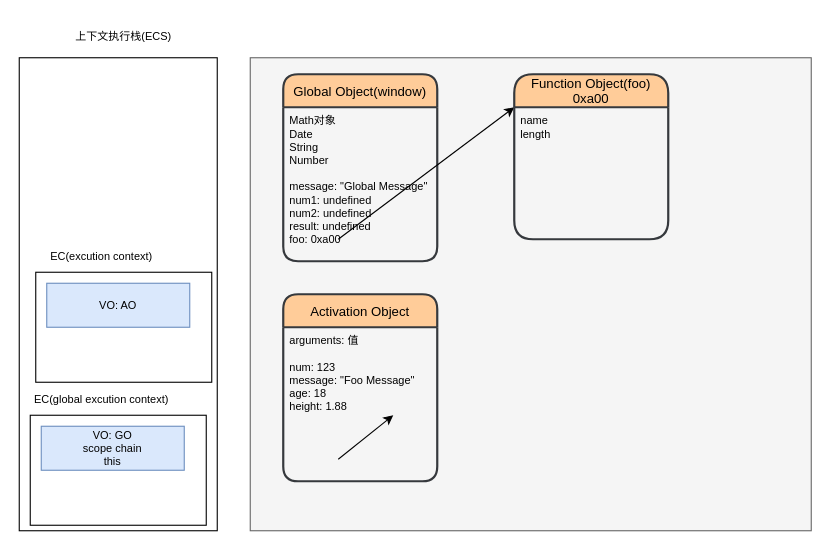
Above: page "foo第一次执行123" (1 of 2) of Learn_JavaScript_Advance/02_浏览器和JS的原理/draw/03_函数代码的多次执行.dio in AylaHuwangwl/Js-advanced (draw.io), before the change. Source tidied: cells renumbered, new cells numbered last; positions are measured from the earlier drawing's top-left corner, leaving out a move shared by most shapes. Both pictures are drawn from the tidied source at 110%, with x=0, y=0 at pixel (19, 19).
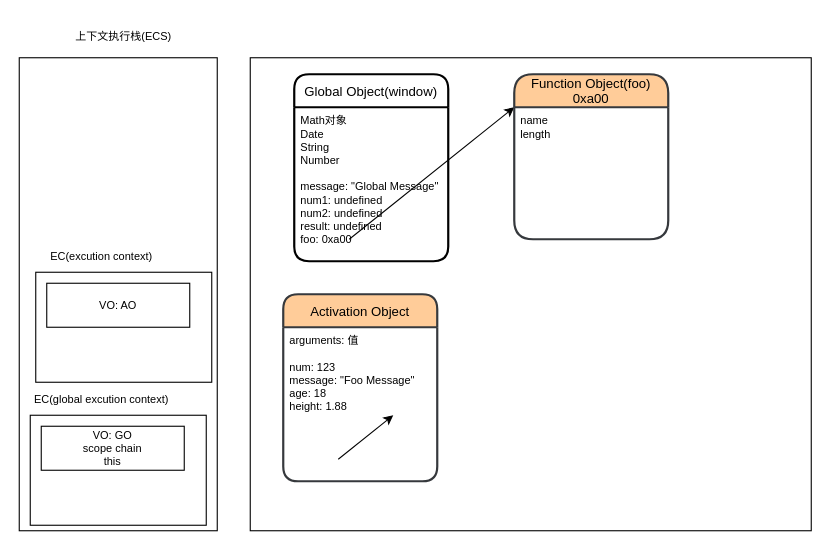
The same diagram, later.

The edit, as a diff of the source:
```diff
@@
-    <mxCell id="3" style="rounded=0;whiteSpace=wrap;html=1;fillColor=#f5f5f5;strokeColor=#666666;fontColor=#333333;" parent="1" vertex="1">
+    <mxCell id="3" style="rounded=0;whiteSpace=wrap;html=1;" parent="1" vertex="1">
       <mxGeometry x="210" y="35" width="510" height="430" as="geometry" />
     </mxCell>
-    <mxCell id="4" value="Global Object(window)" style="swimlane;horizontal=1;startSize=30;rounded=1;fontSize=12;fontStyle=0;strokeWidth=2;shadow=0;dashed=0;align=center;fillColor=#ffcc99;strokeColor=#36393d;" parent="1" vertex="1">
-      <mxGeometry x="240" y="50" width="140" height="170" as="geometry" />
+    <mxCell id="4" value="Global Object(window)" style="swimlane;horizontal=1;startSize=30;rounded=1;fontSize=12;fontStyle=0;strokeWidth=2;shadow=0;dashed=0;align=center;" parent="1" vertex="1">
+      <mxGeometry x="250" y="50" width="140" height="170" as="geometry" />
     </mxCell>
@@
-    <mxCell id="12" value="VO: GO&lt;br&gt;scope chain&lt;br&gt;this" style="rounded=0;whiteSpace=wrap;html=1;fontSize=10;fillColor=#dae8fc;strokeColor=#6c8ebf;" parent="1" vertex="1">
+    <mxCell id="12" value="VO: GO&lt;br&gt;scope chain&lt;br&gt;this" style="rounded=0;whiteSpace=wrap;html=1;fontSize=10;" parent="1" vertex="1">
       <mxGeometry x="20" y="370" width="130" height="40" as="geometry" />
     </mxCell>
@@
-    <mxCell id="15" value="VO: AO" style="rounded=0;whiteSpace=wrap;html=1;fontSize=10;fillColor=#dae8fc;strokeColor=#6c8ebf;" parent="1" vertex="1">
+    <mxCell id="15" value="VO: AO" style="rounded=0;whiteSpace=wrap;html=1;fontSize=10;" parent="1" vertex="1">
       <mxGeometry x="25" y="240" width="130" height="40" as="geometry" />
     </mxCell>
```
